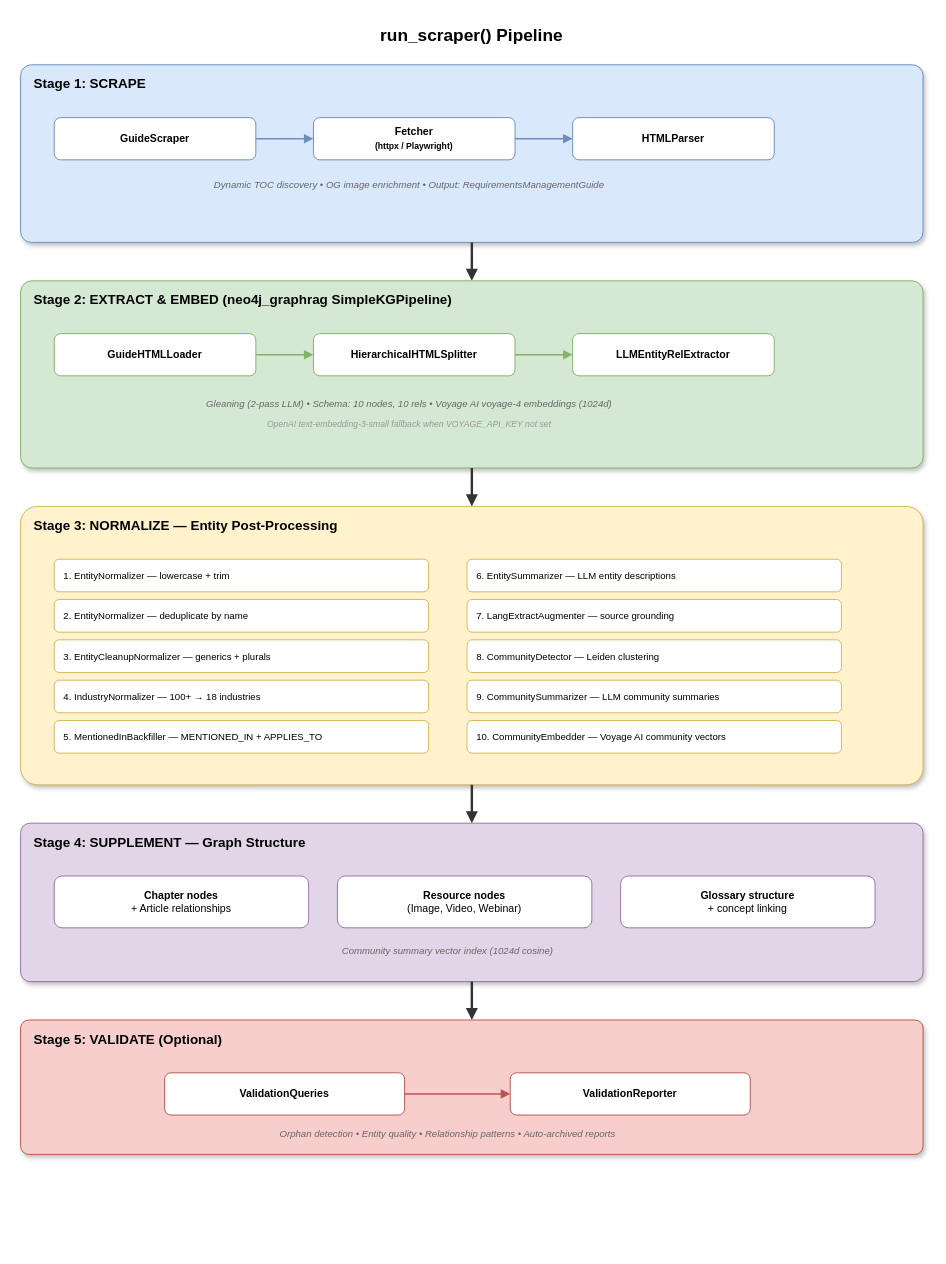
Before: docs/architecture.drawio in arthurfantaci/graphrag-api-db, a draw.io diagram. Source tidied: cells renumbered, new cells numbered last; positions are measured from the earlier drawing's top-left corner, leaving out a move shared by most shapes. Both pictures are drawn from the tidied source at 96%, with x=0, y=0 at pixel (20, 16).
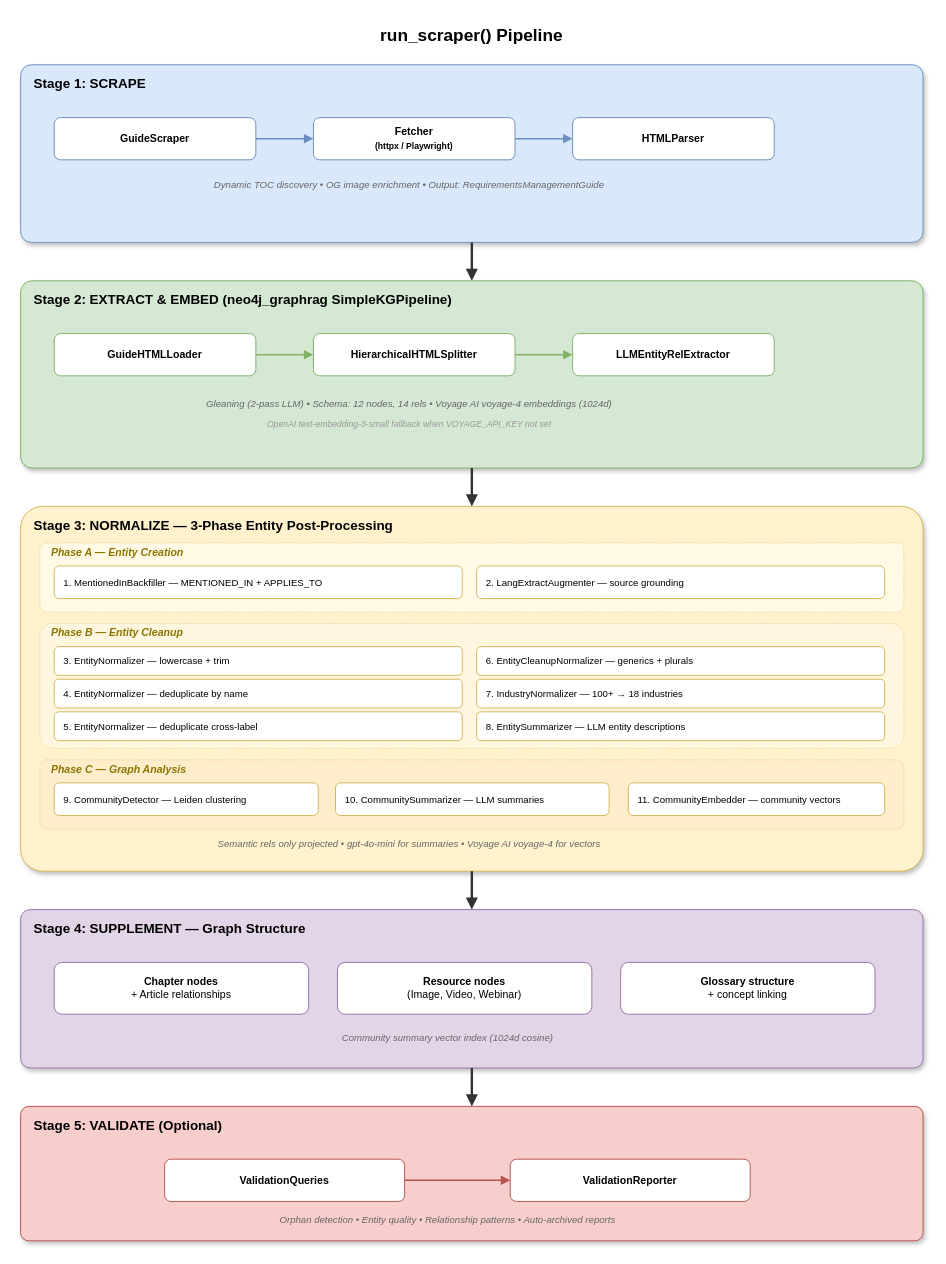
After the change.

Commit message (it also covers changes not shown here):
docs: update architecture diagram and README for 3-phase pipeline (#51) (#52)

What changed in the source:
```diff
@@
-    <mxCell id="17" value="Gleaning (2-pass LLM) • Schema: 10 nodes, 10 rels • Voyage AI voyage-4 embeddings (1024d)" style="text;html=1;strokeColor=none;fillColor=none;align=center;verticalAlign=middle;whiteSpace=wrap;rounded=0;fontSize=10;fontColor=#666666;fontStyle=2;" parent="1" vertex="1">
+    <mxCell id="17" value="Gleaning (2-pass LLM) • Schema: 12 nodes, 14 rels • Voyage AI voyage-4 embeddings (1024d)" style="text;html=1;strokeColor=none;fillColor=none;align=center;verticalAlign=middle;whiteSpace=wrap;rounded=0;fontSize=10;fontColor=#666666;fontStyle=2;" parent="1" vertex="1">
       <mxGeometry x="35" y="390" width="740" height="25" as="geometry" />
     </mxCell>
@@
-    <mxCell id="20" value="Stage 3: NORMALIZE — Entity Post-Processing" style="rounded=1;whiteSpace=wrap;html=1;verticalAlign=top;align=left;spacingTop=5;spacingLeft=12;fontSize=14;fontStyle=1;fillColor=#fff2cc;strokeColor=#d6b656;arcSize=6;shadow=1;" parent="1" vertex="1">
-      <mxGeometry y="510" width="940" height="290" as="geometry" />
+    <mxCell id="20" value="Stage 3: NORMALIZE — 3-Phase Entity Post-Processing" style="rounded=1;whiteSpace=wrap;html=1;verticalAlign=top;align=left;spacingTop=5;spacingLeft=12;fontSize=14;fontStyle=1;fillColor=#fff2cc;strokeColor=#d6b656;arcSize=6;shadow=1;" parent="1" vertex="1">
+      <mxGeometry y="510" width="940" height="380" as="geometry" />
     </mxCell>
-    <mxCell id="21" value="1. EntityNormalizer — lowercase + trim" style="rounded=1;whiteSpace=wrap;html=1;fontSize=10;fillColor=#ffffff;strokeColor=#d6b656;align=left;spacingLeft=8;shadow=0;" parent="1" vertex="1">
-      <mxGeometry x="35" y="565" width="390" height="34" as="geometry" />
-    </mxCell>
-    <mxCell id="22" value="2. EntityNormalizer — deduplicate by name" style="rounded=1;whiteSpace=wrap;html=1;fontSize=10;fillColor=#ffffff;strokeColor=#d6b656;align=left;spacingLeft=8;shadow=0;" parent="1" vertex="1">
-      <mxGeometry x="35" y="607" width="390" height="34" as="geometry" />
-    </mxCell>
-    <mxCell id="23" value="3. EntityCleanupNormalizer — generics + plurals" style="rounded=1;whiteSpace=wrap;html=1;fontSize=10;fillColor=#ffffff;strokeColor=#d6b656;align=left;spacingLeft=8;shadow=0;" parent="1" vertex="1">
-      <mxGeometry x="35" y="649" width="390" height="34" as="geometry" />
-    </mxCell>
-    <mxCell id="24" value="4. IndustryNormalizer — 100+ → 18 industries" style="rounded=1;whiteSpace=wrap;html=1;fontSize=10;fillColor=#ffffff;strokeColor=#d6b656;align=left;spacingLeft=8;shadow=0;" parent="1" vertex="1">
-      <mxGeometry x="35" y="691" width="390" height="34" as="geometry" />
-    </mxCell>
-    <mxCell id="25" value="5. MentionedInBackfiller — MENTIONED_IN + APPLIES_TO" style="rounded=1;whiteSpace=wrap;html=1;fontSize=10;fillColor=#ffffff;strokeColor=#d6b656;align=left;spacingLeft=8;shadow=0;" parent="1" vertex="1">
-      <mxGeometry x="35" y="733" width="390" height="34" as="geometry" />
-    </mxCell>
-    <mxCell id="26" value="6. EntitySummarizer — LLM entity descriptions" style="rounded=1;whiteSpace=wrap;html=1;fontSize=10;fillColor=#ffffff;strokeColor=#d6b656;align=left;spacingLeft=8;shadow=0;" parent="1" vertex="1">
-      <mxGeometry x="465" y="565" width="390" height="34" as="geometry" />
-    </mxCell>
-    <mxCell id="27" value="7. LangExtractAugmenter — source grounding" style="rounded=1;whiteSpace=wrap;html=1;fontSize=10;fillColor=#ffffff;strokeColor=#d6b656;align=left;spacingLeft=8;shadow=0;" parent="1" vertex="1">
-      <mxGeometry x="465" y="607" width="390" height="34" as="geometry" />
-    </mxCell>
-    <mxCell id="28" value="8. CommunityDetector — Leiden clustering" style="rounded=1;whiteSpace=wrap;html=1;fontSize=10;fillColor=#ffffff;strokeColor=#d6b656;align=left;spacingLeft=8;shadow=0;" parent="1" vertex="1">
-      <mxGeometry x="465" y="649" width="390" height="34" as="geometry" />
-    </mxCell>
-    <mxCell id="29" value="9. CommunitySummarizer — LLM community summaries" style="rounded=1;whiteSpace=wrap;html=1;fontSize=10;fillColor=#ffffff;strokeColor=#d6b656;align=left;spacingLeft=8;shadow=0;" parent="1" vertex="1">
-      <mxGeometry x="465" y="691" width="390" height="34" as="geometry" />
-    </mxCell>
-    <mxCell id="30" value="10. CommunityEmbedder — Voyage AI community vectors" style="rounded=1;whiteSpace=wrap;html=1;fontSize=10;fillColor=#ffffff;strokeColor=#d6b656;align=left;spacingLeft=8;shadow=0;" parent="1" vertex="1">
-      <mxGeometry x="465" y="733" width="390" height="34" as="geometry" />
-    </mxCell>
+    <mxCell id="43" style="rounded=1;whiteSpace=wrap;html=1;fillColor=#fff9e6;strokeColor=#d6b656;strokeWidth=0.5;dashed=1;arcSize=10;" parent="1" vertex="1">
+      <mxGeometry x="20" y="548" width="900" height="72" as="geometry" />
+    </mxCell>
+    <mxCell id="44" value="Phase A — Entity Creation" style="text;html=1;strokeColor=none;fillColor=none;align=left;verticalAlign=middle;whiteSpace=wrap;rounded=0;fontSize=11;fontStyle=3;fontColor=#8B7500;" parent="1" vertex="1">
+      <mxGeometry x="30" y="548" width="300" height="20" as="geometry" />
+    </mxCell>
+    <mxCell id="45" value="1. MentionedInBackfiller — MENTIONED_IN + APPLIES_TO" style="rounded=1;whiteSpace=wrap;html=1;fontSize=10;fillColor=#ffffff;strokeColor=#d6b656;align=left;spacingLeft=8;shadow=0;" parent="1" vertex="1">
+      <mxGeometry x="35" y="572" width="425" height="34" as="geometry" />
+    </mxCell>
+    <mxCell id="46" value="2. LangExtractAugmenter — source grounding" style="rounded=1;whiteSpace=wrap;html=1;fontSize=10;fillColor=#ffffff;strokeColor=#d6b656;align=left;spacingLeft=8;shadow=0;" parent="1" vertex="1">
+      <mxGeometry x="475" y="572" width="425" height="34" as="geometry" />
+    </mxCell>
+    <mxCell id="47" style="rounded=1;whiteSpace=wrap;html=1;fillColor=#fff6e0;strokeColor=#d6b656;strokeWidth=0.5;dashed=1;arcSize=10;" parent="1" vertex="1">
+      <mxGeometry x="20" y="632" width="900" height="130" as="geometry" />
+    </mxCell>
+    <mxCell id="48" value="Phase B — Entity Cleanup" style="text;html=1;strokeColor=none;fillColor=none;align=left;verticalAlign=middle;whiteSpace=wrap;rounded=0;fontSize=11;fontStyle=3;fontColor=#8B7500;" parent="1" vertex="1">
+      <mxGeometry x="30" y="632" width="300" height="20" as="geometry" />
+    </mxCell>
+    <mxCell id="49" value="3. EntityNormalizer — lowercase + trim" style="rounded=1;whiteSpace=wrap;html=1;fontSize=10;fillColor=#ffffff;strokeColor=#d6b656;align=left;spacingLeft=8;shadow=0;" parent="1" vertex="1">
+      <mxGeometry x="35" y="656" width="425" height="30" as="geometry" />
+    </mxCell>
+    <mxCell id="50" value="4. EntityNormalizer — deduplicate by name" style="rounded=1;whiteSpace=wrap;html=1;fontSize=10;fillColor=#ffffff;strokeColor=#d6b656;align=left;spacingLeft=8;shadow=0;" parent="1" vertex="1">
+      <mxGeometry x="35" y="690" width="425" height="30" as="geometry" />
+    </mxCell>
+    <mxCell id="51" value="5. EntityNormalizer — deduplicate cross-label" style="rounded=1;whiteSpace=wrap;html=1;fontSize=10;fillColor=#ffffff;strokeColor=#d6b656;align=left;spacingLeft=8;shadow=0;" parent="1" vertex="1">
+      <mxGeometry x="35" y="724" width="425" height="30" as="geometry" />
+    </mxCell>
+    <mxCell id="52" value="6. EntityCleanupNormalizer — generics + plurals" style="rounded=1;whiteSpace=wrap;html=1;fontSize=10;fillColor=#ffffff;strokeColor=#d6b656;align=left;spacingLeft=8;shadow=0;" parent="1" vertex="1">
+      <mxGeometry x="475" y="656" width="425" height="30" as="geometry" />
+    </mxCell>
+    <mxCell id="53" value="7. IndustryNormalizer — 100+ → 18 industries" style="rounded=1;whiteSpace=wrap;html=1;fontSize=10;fillColor=#ffffff;strokeColor=#d6b656;align=left;spacingLeft=8;shadow=0;" parent="1" vertex="1">
+      <mxGeometry x="475" y="690" width="425" height="30" as="geometry" />
+    </mxCell>
+    <mxCell id="54" value="8. EntitySummarizer — LLM entity descriptions" style="rounded=1;whiteSpace=wrap;html=1;fontSize=10;fillColor=#ffffff;strokeColor=#d6b656;align=left;spacingLeft=8;shadow=0;" parent="1" vertex="1">
+      <mxGeometry x="475" y="724" width="425" height="30" as="geometry" />
+    </mxCell>
+    <mxCell id="55" style="rounded=1;whiteSpace=wrap;html=1;fillColor=#ffedcc;strokeColor=#d6b656;strokeWidth=0.5;dashed=1;arcSize=10;" parent="1" vertex="1">
+      <mxGeometry x="20" y="774" width="900" height="72" as="geometry" />
+    </mxCell>
+    <mxCell id="56" value="Phase C — Graph Analysis" style="text;html=1;strokeColor=none;fillColor=none;align=left;verticalAlign=middle;whiteSpace=wrap;rounded=0;fontSize=11;fontStyle=3;fontColor=#8B7500;" parent="1" vertex="1">
+      <mxGeometry x="30" y="774" width="300" height="20" as="geometry" />
+    </mxCell>
+    <mxCell id="57" value="9. CommunityDetector — Leiden clustering" style="rounded=1;whiteSpace=wrap;html=1;fontSize=10;fillColor=#ffffff;strokeColor=#d6b656;align=left;spacingLeft=8;shadow=0;" parent="1" vertex="1">
+      <mxGeometry x="35" y="798" width="275" height="34" as="geometry" />
+    </mxCell>
+    <mxCell id="58" value="10. CommunitySummarizer — LLM summaries" style="rounded=1;whiteSpace=wrap;html=1;fontSize=10;fillColor=#ffffff;strokeColor=#d6b656;align=left;spacingLeft=8;shadow=0;" parent="1" vertex="1">
+      <mxGeometry x="328" y="798" width="285" height="34" as="geometry" />
+    </mxCell>
+    <mxCell id="59" value="11. CommunityEmbedder — community vectors" style="rounded=1;whiteSpace=wrap;html=1;fontSize=10;fillColor=#ffffff;strokeColor=#d6b656;align=left;spacingLeft=8;shadow=0;" parent="1" vertex="1">
+      <mxGeometry x="633" y="798" width="267" height="34" as="geometry" />
+    </mxCell>
+    <mxCell id="60" value="Semantic rels only projected • gpt-4o-mini for summaries • Voyage AI voyage-4 for vectors" style="text;html=1;strokeColor=none;fillColor=none;align=center;verticalAlign=middle;whiteSpace=wrap;rounded=0;fontSize=10;fontColor=#666666;fontStyle=2;" parent="1" vertex="1">
+      <mxGeometry x="35" y="850" width="740" height="22" as="geometry" />
+    </mxCell>
@@
     <mxCell id="32" value="Stage 4: SUPPLEMENT — Graph Structure" style="rounded=1;whiteSpace=wrap;html=1;verticalAlign=top;align=left;spacingTop=5;spacingLeft=12;fontSize=14;fontStyle=1;fillColor=#e1d5e7;strokeColor=#9673a6;arcSize=6;shadow=1;" parent="1" vertex="1">
-      <mxGeometry y="840" width="940" height="165" as="geometry" />
+      <mxGeometry y="930" width="940" height="165" as="geometry" />
     </mxCell>
     <mxCell id="33" value="&lt;b&gt;Chapter nodes&lt;/b&gt;&lt;br&gt;+ Article relationships" style="rounded=1;whiteSpace=wrap;html=1;fontSize=11;fillColor=#ffffff;strokeColor=#9673a6;shadow=0;" parent="1" vertex="1">
-      <mxGeometry x="35" y="895" width="265" height="54" as="geometry" />
+      <mxGeometry x="35" y="985" width="265" height="54" as="geometry" />
     </mxCell>
     <mxCell id="34" value="&lt;b&gt;Resource nodes&lt;/b&gt;&lt;br&gt;(Image, Video, Webinar)" style="rounded=1;whiteSpace=wrap;html=1;fontSize=11;fillColor=#ffffff;strokeColor=#9673a6;shadow=0;" parent="1" vertex="1">
-      <mxGeometry x="330" y="895" width="265" height="54" as="geometry" />
+      <mxGeometry x="330" y="985" width="265" height="54" as="geometry" />
     </mxCell>
     <mxCell id="35" value="&lt;b&gt;Glossary structure&lt;/b&gt;&lt;br&gt;+ concept linking" style="rounded=1;whiteSpace=wrap;html=1;fontSize=11;fillColor=#ffffff;strokeColor=#9673a6;shadow=0;" parent="1" vertex="1">
-      <mxGeometry x="625" y="895" width="265" height="54" as="geometry" />
+      <mxGeometry x="625" y="985" width="265" height="54" as="geometry" />
     </mxCell>
     <mxCell id="36" value="Community summary vector index (1024d cosine)" style="text;html=1;strokeColor=none;fillColor=none;align=center;verticalAlign=middle;whiteSpace=wrap;rounded=0;fontSize=10;fontColor=#666666;fontStyle=2;" parent="1" vertex="1">
-      <mxGeometry x="35" y="960" width="820" height="25" as="geometry" />
+      <mxGeometry x="35" y="1050" width="820" height="25" as="geometry" />
     </mxCell>
@@
     <mxCell id="38" value="Stage 5: VALIDATE (Optional)" style="rounded=1;whiteSpace=wrap;html=1;verticalAlign=top;align=left;spacingTop=5;spacingLeft=12;fontSize=14;fontStyle=1;fillColor=#f8cecc;strokeColor=#b85450;arcSize=6;shadow=1;" parent="1" vertex="1">
-      <mxGeometry y="1045" width="940" height="140" as="geometry" />
+      <mxGeometry y="1135" width="940" height="140" as="geometry" />
     </mxCell>
     <mxCell id="39" value="ValidationQueries" style="rounded=1;whiteSpace=wrap;html=1;fontSize=11;fillColor=#ffffff;strokeColor=#b85450;shadow=0;fontStyle=1;" parent="1" vertex="1">
-      <mxGeometry x="150" y="1100" width="250" height="44" as="geometry" />
+      <mxGeometry x="150" y="1190" width="250" height="44" as="geometry" />
     </mxCell>
@@
     <mxCell id="41" value="ValidationReporter" style="rounded=1;whiteSpace=wrap;html=1;fontSize=11;fillColor=#ffffff;strokeColor=#b85450;shadow=0;fontStyle=1;" parent="1" vertex="1">
-      <mxGeometry x="510" y="1100" width="250" height="44" as="geometry" />
+      <mxGeometry x="510" y="1190" width="250" height="44" as="geometry" />
     </mxCell>
     <mxCell id="42" value="Orphan detection • Entity quality • Relationship patterns • Auto-archived reports" style="text;html=1;strokeColor=none;fillColor=none;align=center;verticalAlign=middle;whiteSpace=wrap;rounded=0;fontSize=10;fontColor=#666666;fontStyle=2;" parent="1" vertex="1">
-      <mxGeometry x="35" y="1150" width="820" height="25" as="geometry" />
+      <mxGeometry x="35" y="1240" width="820" height="25" as="geometry" />
     </mxCell>
```
